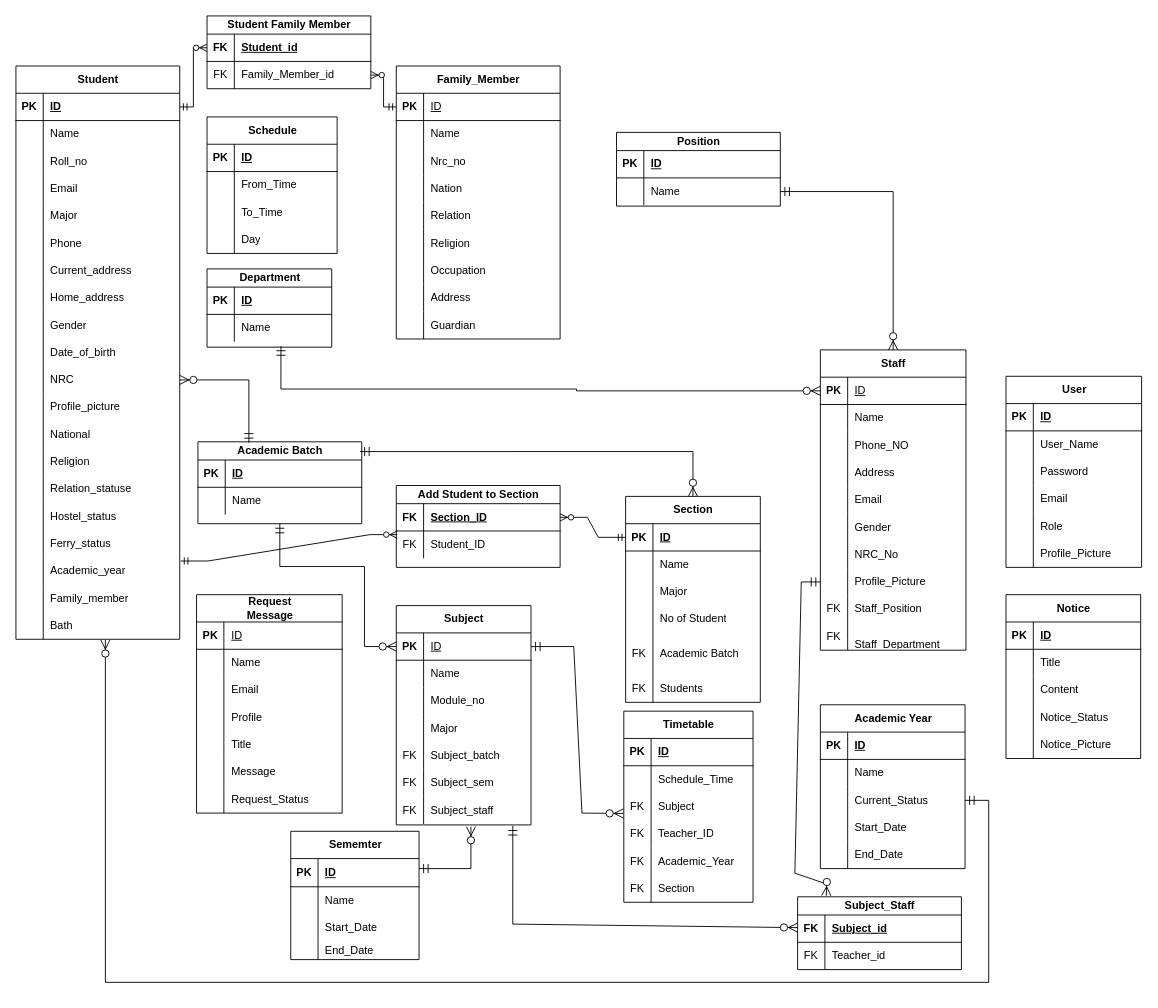
Earlier version of the draw.io diagram ER.drawio (KhunMaungNgwee/InternShipProject). Source tidied: cells renumbered, new cells numbered last; positions are measured from the earlier drawing's top-left corner, leaving out a move shared by most shapes. Both pictures are drawn from the tidied source at 91%, with x=0, y=0 at pixel (15, 15).
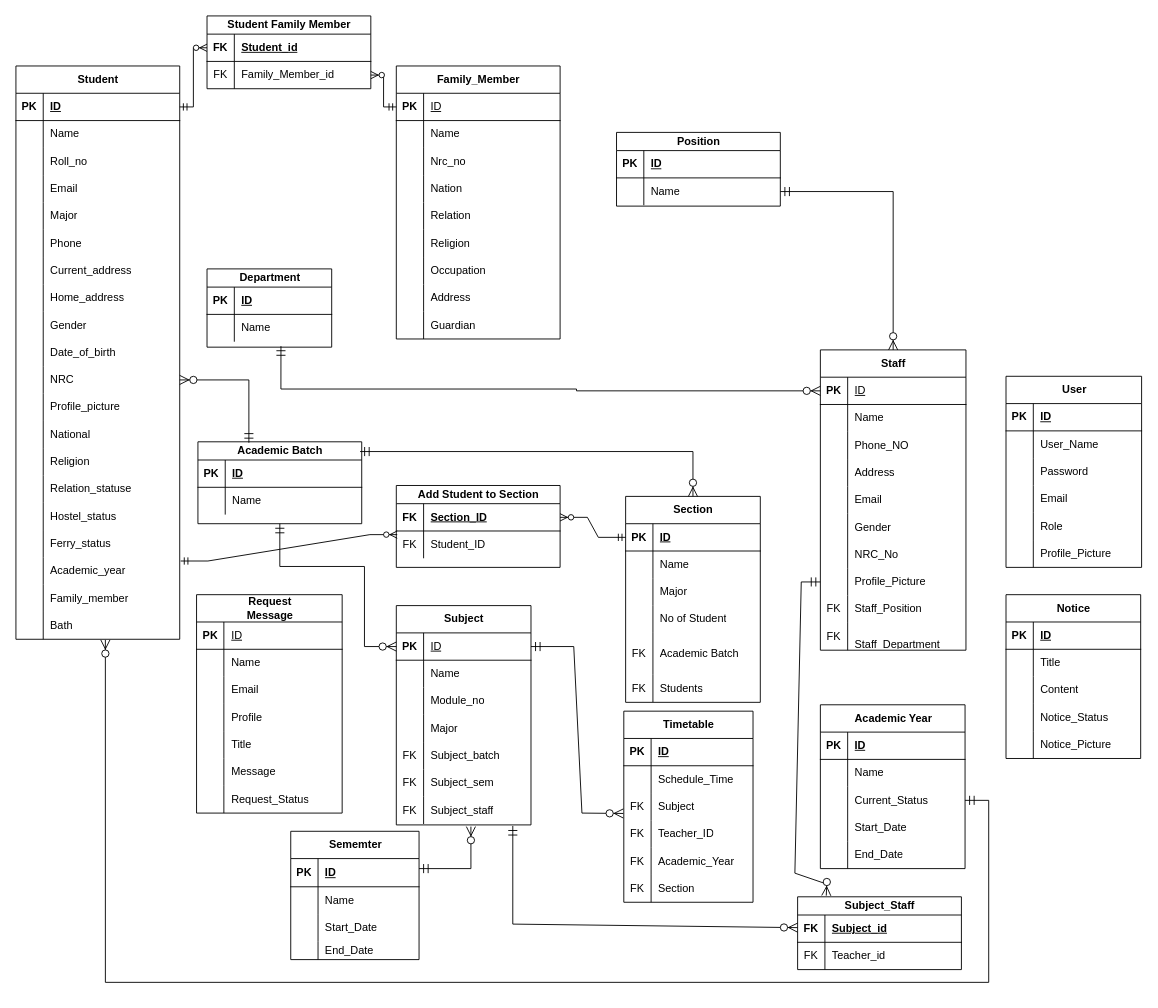
The same diagram, later.

The edit, as a diff of the source:
```diff
@@
-    <mxCell id="228" value="Schedule" style="shape=table;startSize=30;childLayout=tableLayout;rowLines=0;fontStyle=1;align=center;html=1;labelBackgroundColor=none;" parent="1" vertex="1">
-      <mxGeometry x="210" y="111" width="143" height="150" as="geometry" />
-    </mxCell>
-    <mxCell id="229" style="shape=tableRow;horizontal=0;startSize=0;swimlaneHead=0;swimlaneBody=0;fillColor=none;top=0;left=0;right=0;bottom=1;labelBackgroundColor=none;" parent="228" vertex="1">
-      <mxGeometry y="30" width="143" height="30" as="geometry" />
-    </mxCell>
-    <mxCell id="230" value="PK" style="shape=partialRectangle;fillColor=none;top=0;left=0;bottom=0;right=0;fontStyle=1;overflow=hidden;whiteSpace=wrap;html=1;labelBackgroundColor=none;" parent="229" vertex="1">
-      <mxGeometry width="30" height="30" as="geometry" />
-    </mxCell>
-    <mxCell id="231" value="ID" style="shape=partialRectangle;fillColor=none;top=0;left=0;bottom=0;right=0;align=left;spacingLeft=6;fontStyle=5;overflow=hidden;whiteSpace=wrap;html=1;labelBackgroundColor=none;" parent="229" vertex="1">
-      <mxGeometry x="30" width="113" height="30" as="geometry" />
-    </mxCell>
-    <mxCell id="232" style="shape=tableRow;horizontal=0;startSize=0;swimlaneHead=0;swimlaneBody=0;fillColor=none;top=0;left=0;right=0;bottom=0;labelBackgroundColor=none;" parent="228" vertex="1">
-      <mxGeometry y="60" width="143" height="30" as="geometry" />
-    </mxCell>
-    <mxCell id="233" style="shape=partialRectangle;fillColor=none;top=0;left=0;bottom=0;right=0;overflow=hidden;whiteSpace=wrap;html=1;labelBackgroundColor=none;" parent="232" vertex="1">
-      <mxGeometry width="30" height="30" as="geometry" />
-    </mxCell>
-    <mxCell id="234" value="From_Time" style="shape=partialRectangle;fillColor=none;top=0;left=0;bottom=0;right=0;align=left;spacingLeft=6;overflow=hidden;whiteSpace=wrap;html=1;labelBackgroundColor=none;" parent="232" vertex="1">
-      <mxGeometry x="30" width="113" height="30" as="geometry" />
-    </mxCell>
-    <mxCell id="235" style="shape=tableRow;horizontal=0;startSize=0;swimlaneHead=0;swimlaneBody=0;fillColor=none;top=0;left=0;right=0;bottom=0;labelBackgroundColor=none;" parent="228" vertex="1">
-      <mxGeometry y="90" width="143" height="30" as="geometry" />
-    </mxCell>
-    <mxCell id="236" style="shape=partialRectangle;fillColor=none;top=0;left=0;bottom=0;right=0;overflow=hidden;whiteSpace=wrap;html=1;labelBackgroundColor=none;" parent="235" vertex="1">
-      <mxGeometry width="30" height="30" as="geometry" />
-    </mxCell>
-    <mxCell id="237" value="To_Time" style="shape=partialRectangle;fillColor=none;top=0;left=0;bottom=0;right=0;align=left;spacingLeft=6;overflow=hidden;whiteSpace=wrap;html=1;labelBackgroundColor=none;" parent="235" vertex="1">
-      <mxGeometry x="30" width="113" height="30" as="geometry" />
-    </mxCell>
-    <mxCell id="238" style="shape=tableRow;horizontal=0;startSize=0;swimlaneHead=0;swimlaneBody=0;fillColor=none;top=0;left=0;right=0;bottom=0;labelBackgroundColor=none;" parent="228" vertex="1">
-      <mxGeometry y="120" width="143" height="30" as="geometry" />
-    </mxCell>
-    <mxCell id="239" style="shape=partialRectangle;fillColor=none;top=0;left=0;bottom=0;right=0;overflow=hidden;whiteSpace=wrap;html=1;labelBackgroundColor=none;" parent="238" vertex="1">
-      <mxGeometry width="30" height="30" as="geometry" />
-    </mxCell>
-    <mxCell id="240" value="Day" style="shape=partialRectangle;fillColor=none;top=0;left=0;bottom=0;right=0;align=left;spacingLeft=6;overflow=hidden;whiteSpace=wrap;html=1;labelBackgroundColor=none;" parent="238" vertex="1">
-      <mxGeometry x="30" width="113" height="30" as="geometry" />
-    </mxCell>
```
